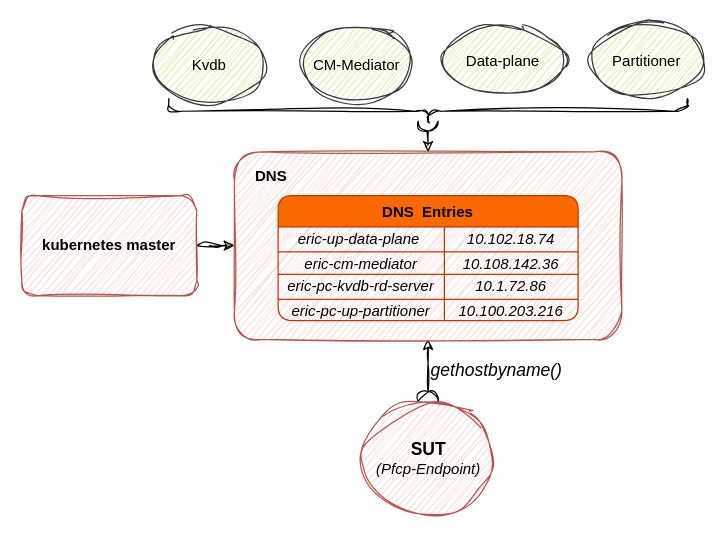
The draw.io diagram External_submodule.drawio in SunLucc/Test, before the edit. Source tidied: cells renumbered, new cells numbered last; positions are measured from the earlier drawing's top-left corner, leaving out a move shared by most shapes. Both pictures are drawn from the tidied source at 125%, with x=0, y=0 at pixel (21, -149).
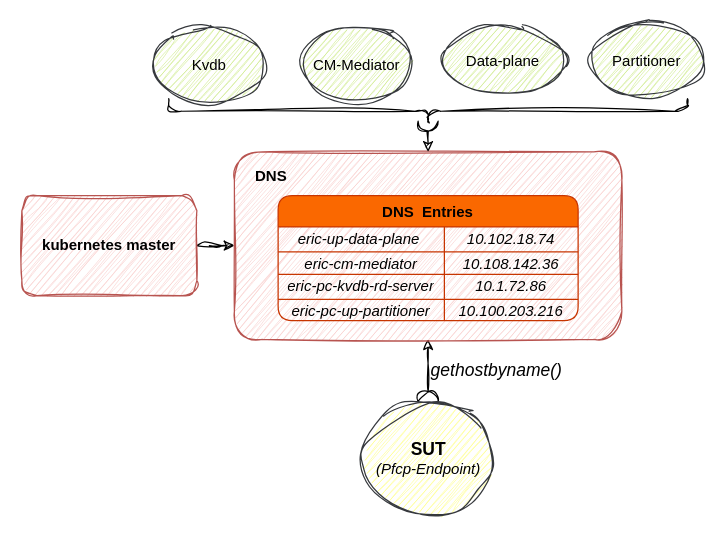
After the change.

Change to the diagram source:
```diff
@@
-    <mxCell id="20" value="&lt;b&gt;&lt;font style=&quot;font-size: 14px;&quot;&gt;SUT&lt;/font&gt;&lt;/b&gt;&lt;br&gt;&lt;i&gt;(Pfcp-Endpoint)&lt;/i&gt;" style="ellipse;whiteSpace=wrap;html=1;fillColor=#f8cecc;strokeColor=#b85450;sketch=1;curveFitting=1;jiggle=2;glass=0;shadow=0;rounded=1;" parent="1" vertex="1">
+    <mxCell id="20" value="&lt;b&gt;&lt;font style=&quot;font-size: 14px;&quot;&gt;SUT&lt;/font&gt;&lt;/b&gt;&lt;br&gt;&lt;i&gt;(Pfcp-Endpoint)&lt;/i&gt;" style="ellipse;whiteSpace=wrap;html=1;fillColor=#ffff88;strokeColor=#36393d;sketch=1;curveFitting=1;jiggle=2;glass=0;shadow=0;rounded=1;fillStyle=hachure;" parent="1" vertex="1">
       <mxGeometry x="272.5" y="440" width="105" height="90" as="geometry" />
     </mxCell>
```
